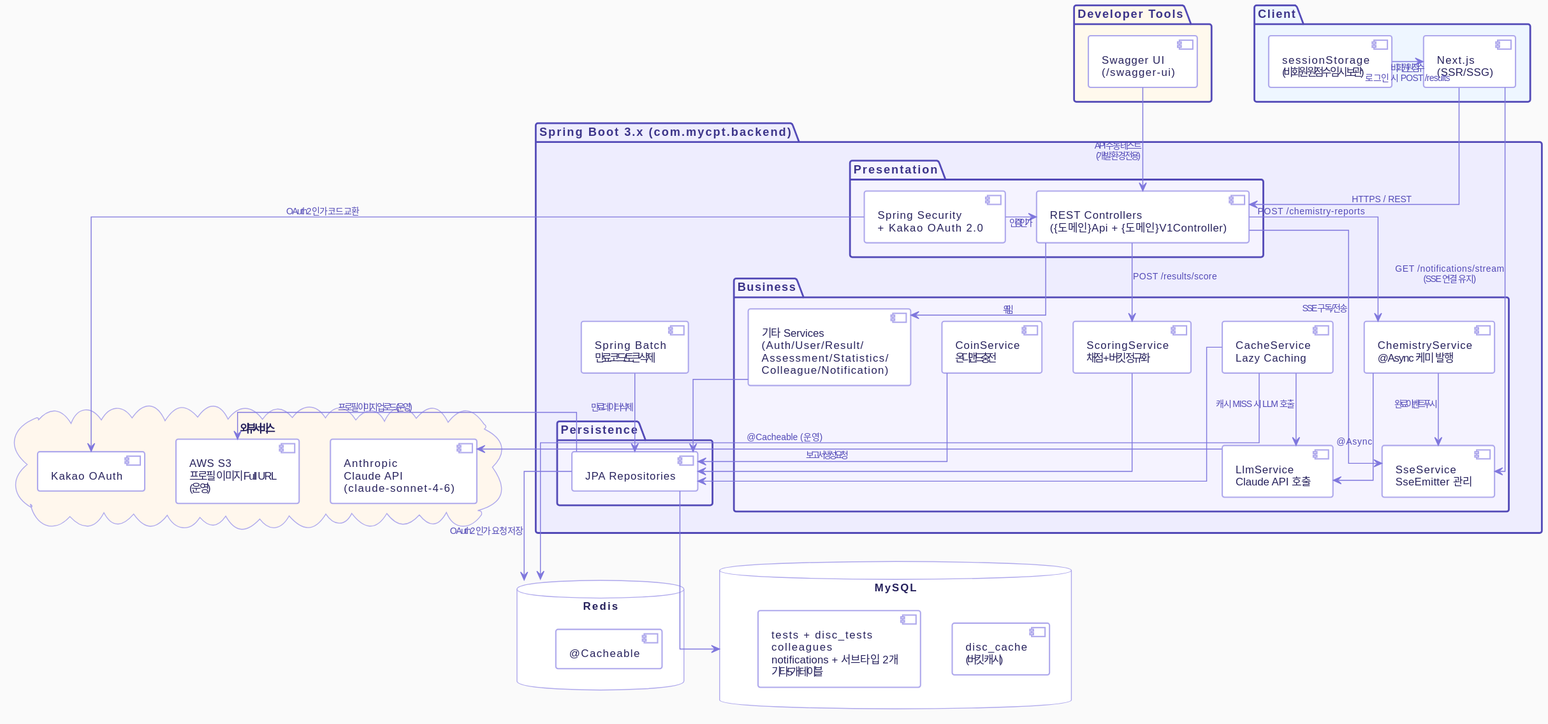
The PlantUML diagram docs/images/MyCPT_Architecture.svg in Yush1nk1m/MyCPT, before a commit.
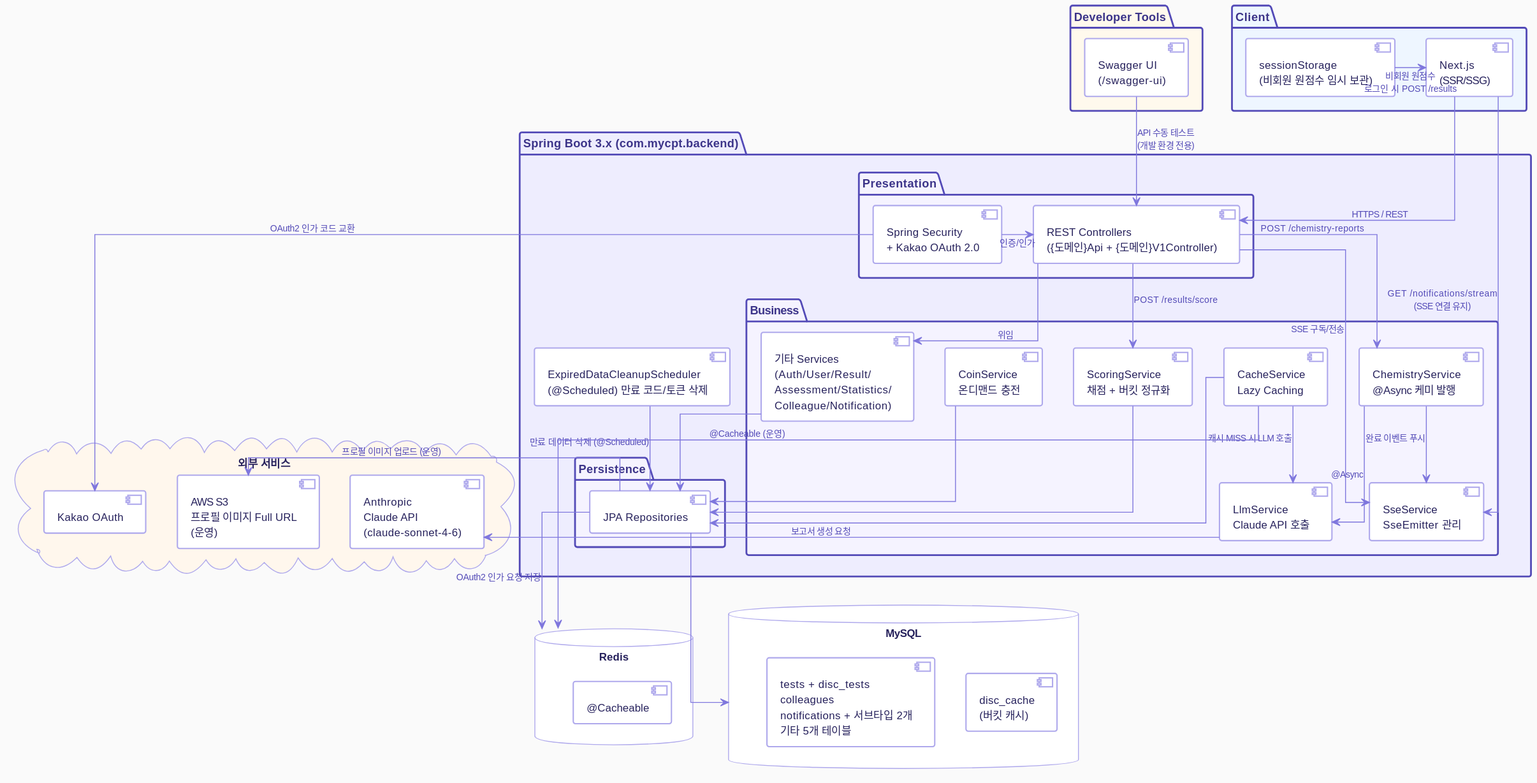
Above is the later version.

Commit message:
Docs: Spring Batch 미사용에 따른 문서 수정

What changed in the source:
```diff
@@ -75,7 +75,7 @@
     [JPA Repositories] as Repos
   }
 
-  [Spring Batch\n만료 코드/토큰 삭제] as Batch
+  [ExpiredDataCleanupScheduler\n(@Scheduled) 만료 코드/토큰 삭제] as Batch
 }
 
 database "MySQL" as MySQL {
@@ -112,7 +112,7 @@
 Chemistry  -down-> Sse        : 완료 이벤트 푸시
 OtherServices -down-> Repos
 Coin       -down-> Repos
-Batch      -down-> Repos      : 만료 데이터 삭제
+Batch      -down-> Repos      : 만료 데이터 삭제 (@Scheduled)
 
 Repos -down-> MySQL
 Cache -down-> Redis            : @Cacheable (운영)
```
